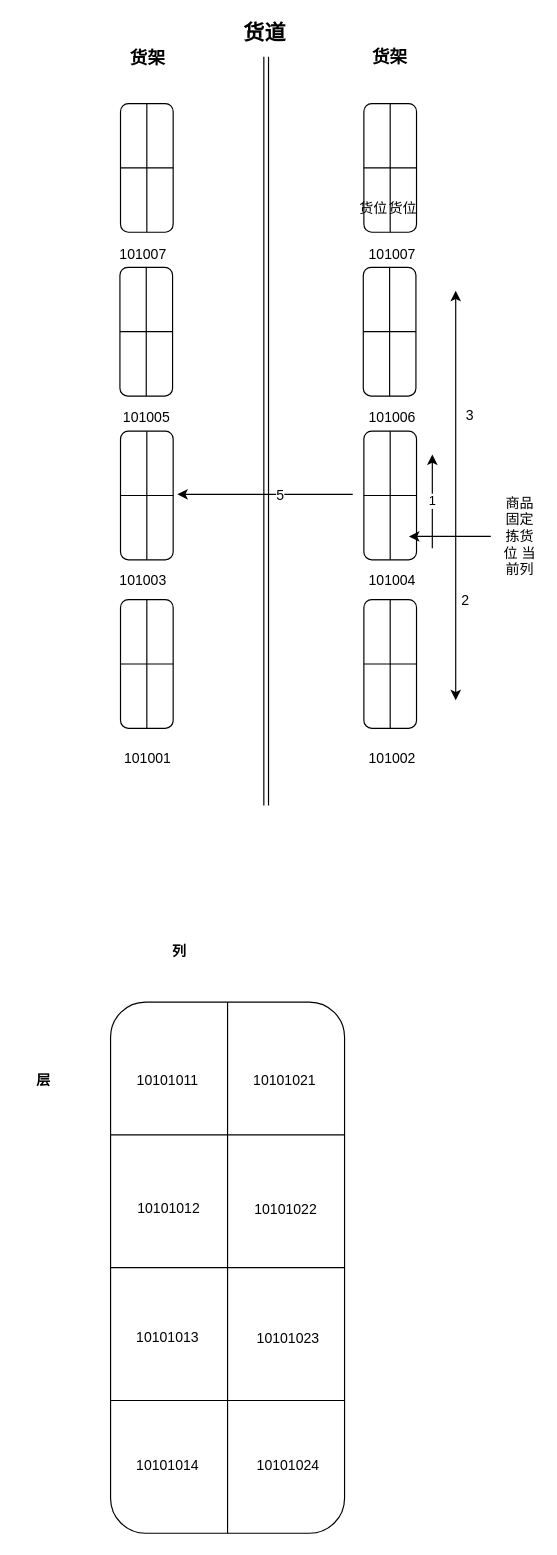
Above: leetcode/xml/bin.drawio in mstao/data-structures (draw.io), before the change. Source tidied: cells renumbered, new cells numbered last; positions are measured from the earlier drawing's top-left corner, leaving out a move shared by most shapes. Both pictures are drawn from the tidied source at 117%, with x=0, y=0 at pixel (-39, 21).
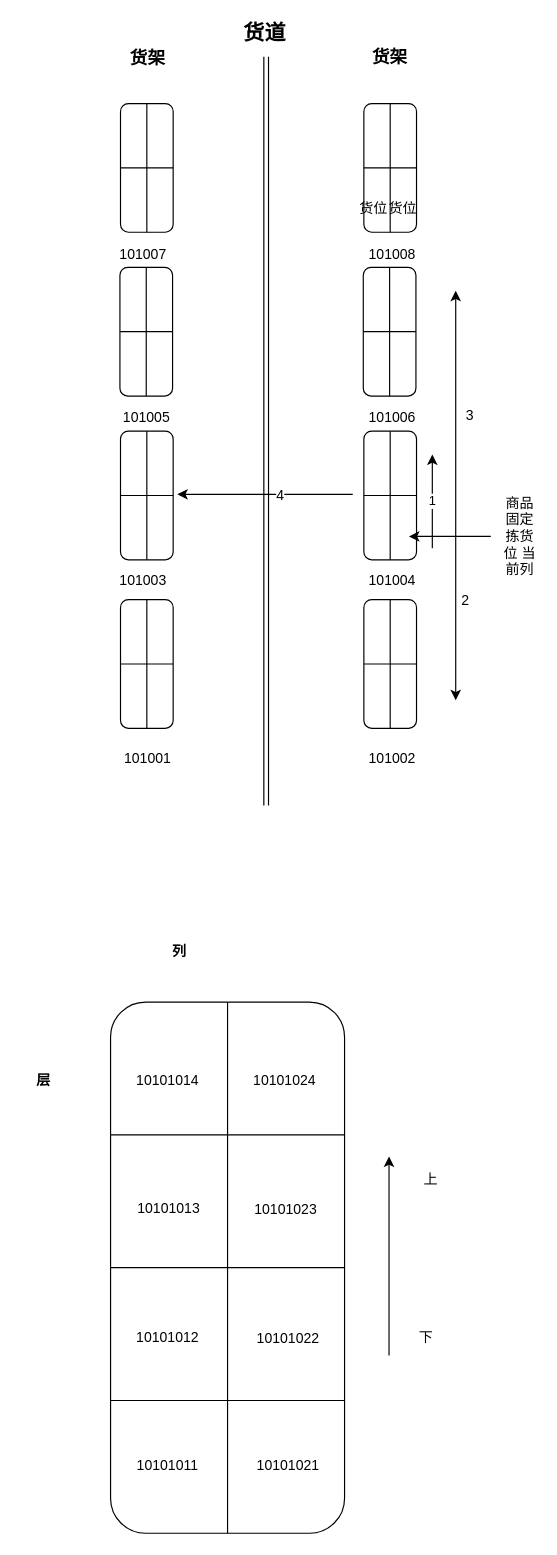
The same page after the edit.

Unchanged cells that the change refers to:
```xml
<mxCell id="62" style="endArrow=classic;html=1;" parent="1" edge="1">
  <mxGeometry relative="1" as="geometry">
    <mxPoint x="334" y="404" as="sourcePoint" />
    <mxPoint x="184" y="404" as="targetPoint" />
  </mxGeometry>
</mxCell>
```

Change to the diagram source:
```diff
@@
-    <mxCell id="37" value="101007" style="text;html=1;" parent="1" vertex="1">
+    <mxCell id="37" value="101008" style="text;html=1;" parent="1" vertex="1">
       <mxGeometry x="346" y="185" width="70" height="30" as="geometry" />
     </mxCell>
@@
-    <mxCell id="45" value="10101021" style="text;html=1;strokeColor=none;fillColor=none;align=center;verticalAlign=middle;whiteSpace=wrap;rounded=0;" parent="1" vertex="1">
+    <mxCell id="45" value="10101024" style="text;html=1;strokeColor=none;fillColor=none;align=center;verticalAlign=middle;whiteSpace=wrap;rounded=0;" parent="1" vertex="1">
       <mxGeometry x="249" y="895" width="54" height="20" as="geometry" />
     </mxCell>
-    <mxCell id="46" value="10101022" style="text;html=1;strokeColor=none;fillColor=none;align=center;verticalAlign=middle;whiteSpace=wrap;rounded=0;" parent="1" vertex="1">
+    <mxCell id="46" value="10101023" style="text;html=1;strokeColor=none;fillColor=none;align=center;verticalAlign=middle;whiteSpace=wrap;rounded=0;" parent="1" vertex="1">
       <mxGeometry x="257" y="1006" width="40" height="20" as="geometry" />
     </mxCell>
-    <mxCell id="47" value="10101023" style="text;html=1;strokeColor=none;fillColor=none;align=center;verticalAlign=middle;whiteSpace=wrap;rounded=0;" parent="1" vertex="1">
+    <mxCell id="47" value="10101022" style="text;html=1;strokeColor=none;fillColor=none;align=center;verticalAlign=middle;whiteSpace=wrap;rounded=0;" parent="1" vertex="1">
       <mxGeometry x="259" y="1116" width="40" height="20" as="geometry" />
     </mxCell>
-    <mxCell id="48" value="10101024" style="text;html=1;strokeColor=none;fillColor=none;align=center;verticalAlign=middle;whiteSpace=wrap;rounded=0;" parent="1" vertex="1">
+    <mxCell id="48" value="10101021" style="text;html=1;strokeColor=none;fillColor=none;align=center;verticalAlign=middle;whiteSpace=wrap;rounded=0;" parent="1" vertex="1">
       <mxGeometry x="259" y="1224" width="40" height="20" as="geometry" />
     </mxCell>
-    <mxCell id="49" value="10101011" style="text;html=1;strokeColor=none;fillColor=none;align=center;verticalAlign=middle;whiteSpace=wrap;rounded=0;" parent="1" vertex="1">
+    <mxCell id="49" value="10101014" style="text;html=1;strokeColor=none;fillColor=none;align=center;verticalAlign=middle;whiteSpace=wrap;rounded=0;" parent="1" vertex="1">
       <mxGeometry x="156" y="895" width="40" height="20" as="geometry" />
     </mxCell>
-    <mxCell id="50" value="10101012" style="text;html=1;strokeColor=none;fillColor=none;align=center;verticalAlign=middle;whiteSpace=wrap;rounded=0;" parent="1" vertex="1">
+    <mxCell id="50" value="10101013" style="text;html=1;strokeColor=none;fillColor=none;align=center;verticalAlign=middle;whiteSpace=wrap;rounded=0;" parent="1" vertex="1">
       <mxGeometry x="157" y="1005" width="40" height="20" as="geometry" />
     </mxCell>
-    <mxCell id="51" value="10101013" style="text;html=1;strokeColor=none;fillColor=none;align=center;verticalAlign=middle;whiteSpace=wrap;rounded=0;" parent="1" vertex="1">
+    <mxCell id="51" value="10101012" style="text;html=1;strokeColor=none;fillColor=none;align=center;verticalAlign=middle;whiteSpace=wrap;rounded=0;" parent="1" vertex="1">
       <mxGeometry x="156" y="1115" width="40" height="20" as="geometry" />
     </mxCell>
-    <mxCell id="52" value="10101014" style="text;html=1;strokeColor=none;fillColor=none;align=center;verticalAlign=middle;whiteSpace=wrap;rounded=0;" parent="1" vertex="1">
+    <mxCell id="52" value="10101011" style="text;html=1;strokeColor=none;fillColor=none;align=center;verticalAlign=middle;whiteSpace=wrap;rounded=0;" parent="1" vertex="1">
       <mxGeometry x="156" y="1224" width="40" height="20" as="geometry" />
     </mxCell>
@@
-    <mxCell id="63" value="5" style="text;html=1;align=center;verticalAlign=middle;labelBackgroundColor=#ffffff;" parent="62" vertex="1">
+    <mxCell id="63" value="4" style="text;html=1;align=center;verticalAlign=middle;labelBackgroundColor=#ffffff;" parent="62" vertex="1">
       <mxGeometry x="-0.16" relative="1" as="geometry" />
     </mxCell>
+    <mxCell id="64" style="endArrow=classic;html=1;" parent="1" edge="1">
+      <mxGeometry relative="1" as="geometry">
+        <mxPoint x="365" y="1140" as="sourcePoint" />
+        <mxPoint x="365" y="970" as="targetPoint" />
+      </mxGeometry>
+    </mxCell>
+    <mxCell id="65" value="上" style="text;html=1;strokeColor=none;fillColor=none;align=center;verticalAlign=middle;whiteSpace=wrap;rounded=0;" parent="1" vertex="1">
+      <mxGeometry x="381" y="980" width="40" height="20" as="geometry" />
+    </mxCell>
+    <mxCell id="66" value="下" style="text;html=1;strokeColor=none;fillColor=none;align=center;verticalAlign=middle;whiteSpace=wrap;rounded=0;" parent="1" vertex="1">
+      <mxGeometry x="377" y="1115" width="40" height="20" as="geometry" />
+    </mxCell>
```
